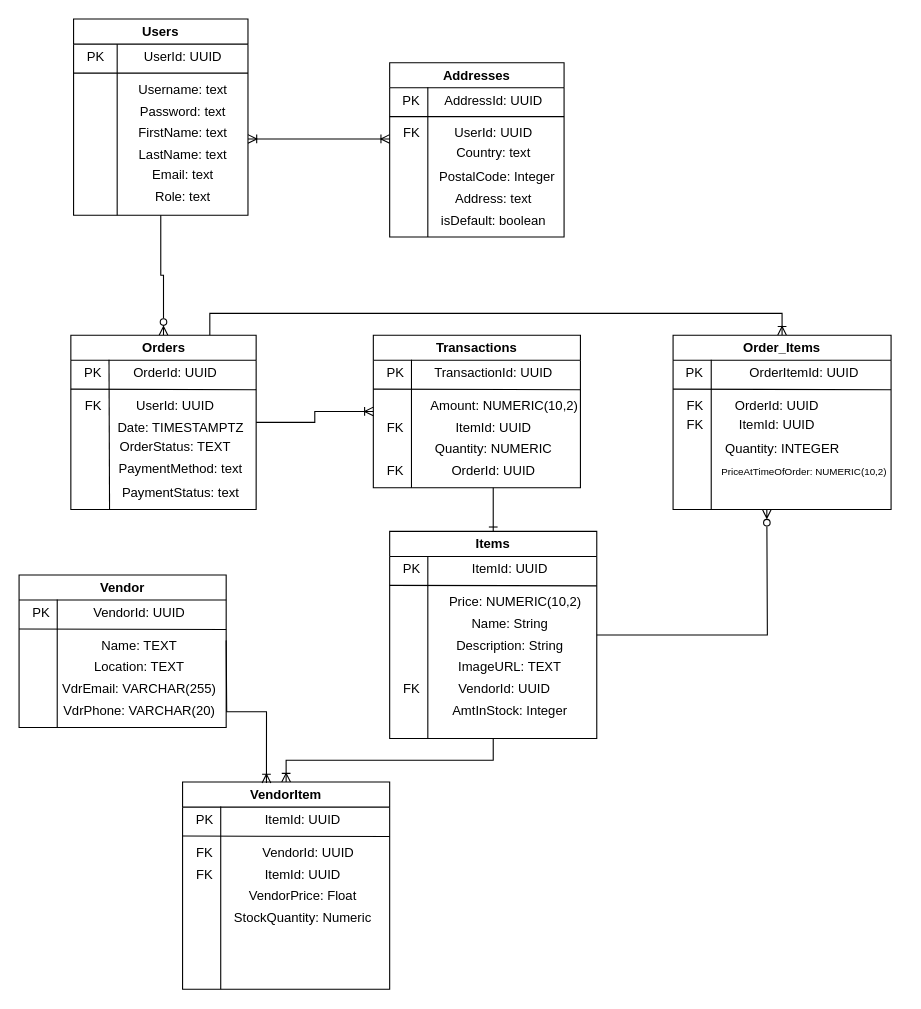
Acohen455/yalla keeps this draw.io diagram as documentation/DB Structure.drawio. Above is the earlier version. Source tidied: cells renumbered, new cells numbered last; positions are measured from the earlier drawing's top-left corner, leaving out a move shared by most shapes. Both pictures are drawn from the tidied source at 109%, with x=0, y=0 at pixel (19, 19).
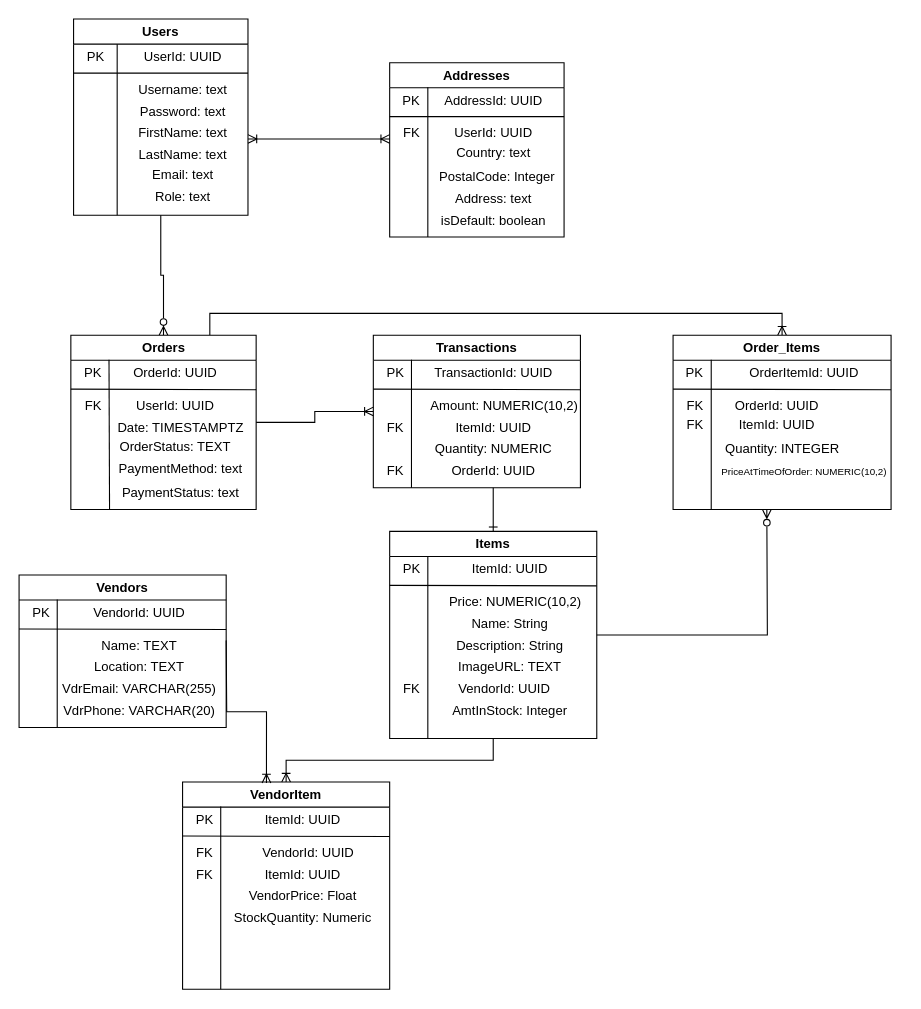
Above is the later version.

The edit, as a diff of the source:
```diff
@@
-    <mxCell id="63" value="Vendor" style="swimlane;whiteSpace=wrap;html=1;strokeWidth=1;perimeterSpacing=0;swimlaneLine=1;rounded=0;fillColor=default;" parent="1" vertex="1">
+    <mxCell id="63" value="Vendors" style="swimlane;whiteSpace=wrap;html=1;strokeWidth=1;perimeterSpacing=0;swimlaneLine=1;rounded=0;fillColor=default;" parent="1" vertex="1">
       <mxGeometry y="510" width="190" height="140" as="geometry" />
     </mxCell>
```
